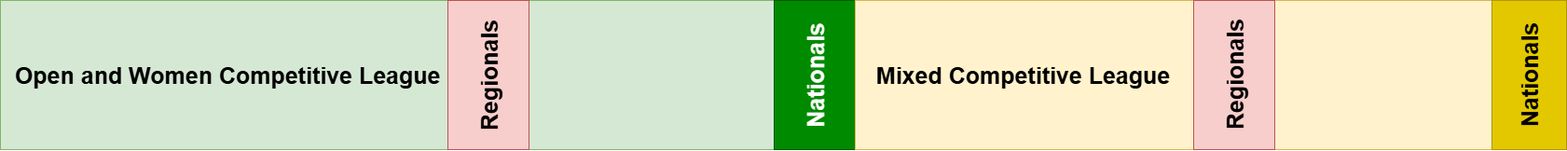
RenierDuminy/Competitive-Frisbee-League keeps this draw.io diagram as assets/images/Competitive Year schedule.png. Above is the earlier version. Source tidied: cells renumbered, new cells last; positions are measured from the earlier drawing's top-left corner, leaving out a move shared by most shapes. Source of this version:
```xml
<mxGraphModel>
  <root>
    <mxCell id="0" />
    <mxCell id="1" parent="0" />
    <mxCell id="2" value="&amp;nbsp; Open and Women Competitive League" style="rounded=0;whiteSpace=wrap;html=1;fontSize=25;fillColor=#d5e8d4;strokeColor=#82b366;fontStyle=1;align=left;" parent="1" vertex="1">
      <mxGeometry width="830" height="160" as="geometry" />
    </mxCell>
    <mxCell id="3" value="Nationals" style="rounded=0;whiteSpace=wrap;html=1;fontSize=25;fillColor=#008a00;strokeColor=#005700;fontColor=#ffffff;fontStyle=1;horizontal=0;" parent="1" vertex="1">
      <mxGeometry x="830" width="87" height="160" as="geometry" />
    </mxCell>
    <mxCell id="4" value="&amp;nbsp; &amp;nbsp;Mixed Competitive League" style="rounded=0;whiteSpace=wrap;html=1;fontSize=25;fillColor=#fff2cc;strokeColor=#d6b656;fontStyle=1;align=left;" parent="1" vertex="1">
      <mxGeometry x="917" width="683" height="160" as="geometry" />
    </mxCell>
    <mxCell id="5" value="Nationals" style="rounded=0;whiteSpace=wrap;html=1;fontSize=25;fillColor=#e3c800;strokeColor=#B09500;fontColor=#000000;fontStyle=1;horizontal=0;" parent="1" vertex="1">
      <mxGeometry x="1600" width="80" height="160" as="geometry" />
    </mxCell>
    <mxCell id="6" value="Regionals" style="rounded=0;whiteSpace=wrap;html=1;fontSize=25;fillColor=#f8cecc;strokeColor=#b85450;fontStyle=1;horizontal=0;" parent="1" vertex="1">
      <mxGeometry x="480" width="87" height="160" as="geometry" />
    </mxCell>
    <mxCell id="7" value="Regionals" style="rounded=0;whiteSpace=wrap;html=1;fontSize=25;fillColor=#f8cecc;strokeColor=#b85450;fontStyle=1;horizontal=0;" parent="1" vertex="1">
      <mxGeometry x="1280" width="87" height="160" as="geometry" />
    </mxCell>
  </root>
</mxGraphModel>
```
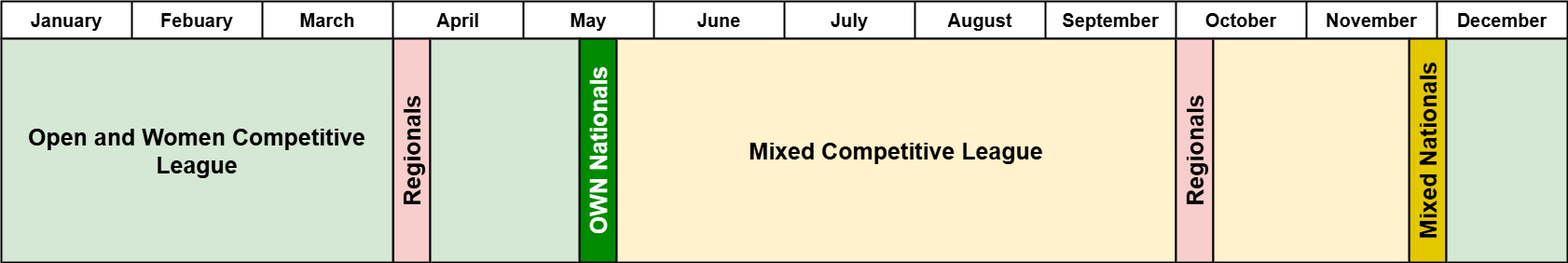
The same file after the commit.

The edit, as a diff of the source:
```diff
@@ -2,23 +2,74 @@
   <root>
     <mxCell id="0" />
     <mxCell id="1" parent="0" />
-    <mxCell id="2" value="&amp;nbsp; Open and Women Competitive League" style="rounded=0;whiteSpace=wrap;html=1;fontSize=25;fillColor=#d5e8d4;strokeColor=#82b366;fontStyle=1;align=left;" parent="1" vertex="1">
-      <mxGeometry width="830" height="160" as="geometry" />
+    <mxCell id="2" style="shape=table;startSize=0;fontSize=16;strokeWidth=2;strokeColor=#000000;" parent="1" vertex="1">
+      <mxGeometry width="1680" height="40" as="geometry" />
     </mxCell>
-    <mxCell id="3" value="Nationals" style="rounded=0;whiteSpace=wrap;html=1;fontSize=25;fillColor=#008a00;strokeColor=#005700;fontColor=#ffffff;fontStyle=1;horizontal=0;" parent="1" vertex="1">
-      <mxGeometry x="830" width="87" height="160" as="geometry" />
+    <mxCell id="3" style="shape=tableRow;horizontal=0;startSize=0;swimlaneHead=0;swimlaneBody=0;strokeColor=#000000;top=0;left=0;bottom=0;right=0;fillColor=none;strokeWidth=2;" parent="2" vertex="1">
+      <mxGeometry width="1680" height="40" as="geometry" />
     </mxCell>
-    <mxCell id="4" value="&amp;nbsp; &amp;nbsp;Mixed Competitive League" style="rounded=0;whiteSpace=wrap;html=1;fontSize=25;fillColor=#fff2cc;strokeColor=#d6b656;fontStyle=1;align=left;" parent="1" vertex="1">
-      <mxGeometry x="917" width="683" height="160" as="geometry" />
+    <mxCell id="4" value="January" style="shape=partialRectangle;html=1;whiteSpace=wrap;strokeColor=#000000;overflow=hidden;fillColor=none;top=0;left=0;bottom=0;right=0;fontSize=20;fontStyle=1;strokeWidth=2;" parent="3" vertex="1">
+      <mxGeometry width="140" height="40" as="geometry" />
     </mxCell>
-    <mxCell id="5" value="Nationals" style="rounded=0;whiteSpace=wrap;html=1;fontSize=25;fillColor=#e3c800;strokeColor=#B09500;fontColor=#000000;fontStyle=1;horizontal=0;" parent="1" vertex="1">
-      <mxGeometry x="1600" width="80" height="160" as="geometry" />
+    <mxCell id="5" value="Febuary" style="shape=partialRectangle;html=1;whiteSpace=wrap;strokeColor=#000000;overflow=hidden;fillColor=none;top=0;left=0;bottom=0;right=0;fontSize=20;fontStyle=1;strokeWidth=2;" parent="3" vertex="1">
+      <mxGeometry x="140" width="140" height="40" as="geometry" />
     </mxCell>
-    <mxCell id="6" value="Regionals" style="rounded=0;whiteSpace=wrap;html=1;fontSize=25;fillColor=#f8cecc;strokeColor=#b85450;fontStyle=1;horizontal=0;" parent="1" vertex="1">
-      <mxGeometry x="480" width="87" height="160" as="geometry" />
+    <mxCell id="6" value="March" style="shape=partialRectangle;html=1;whiteSpace=wrap;strokeColor=#000000;overflow=hidden;fillColor=none;top=0;left=0;bottom=0;right=0;fontSize=20;fontStyle=1;strokeWidth=2;" parent="3" vertex="1">
+      <mxGeometry x="280" width="140" height="40" as="geometry" />
     </mxCell>
-    <mxCell id="7" value="Regionals" style="rounded=0;whiteSpace=wrap;html=1;fontSize=25;fillColor=#f8cecc;strokeColor=#b85450;fontStyle=1;horizontal=0;" parent="1" vertex="1">
-      <mxGeometry x="1280" width="87" height="160" as="geometry" />
+    <mxCell id="7" value="April" style="shape=partialRectangle;html=1;whiteSpace=wrap;strokeColor=#000000;overflow=hidden;fillColor=none;top=0;left=0;bottom=0;right=0;fontSize=20;fontStyle=1;strokeWidth=2;" parent="3" vertex="1">
+      <mxGeometry x="420" width="140" height="40" as="geometry" />
     </mxCell>
+    <mxCell id="8" value="May" style="shape=partialRectangle;html=1;whiteSpace=wrap;strokeColor=#000000;overflow=hidden;fillColor=none;top=0;left=0;bottom=0;right=0;fontSize=20;fontStyle=1;strokeWidth=2;" parent="3" vertex="1">
+      <mxGeometry x="560" width="140" height="40" as="geometry" />
+    </mxCell>
+    <mxCell id="9" value="June" style="shape=partialRectangle;html=1;whiteSpace=wrap;strokeColor=#000000;overflow=hidden;fillColor=none;top=0;left=0;bottom=0;right=0;fontSize=20;fontStyle=1;strokeWidth=2;" parent="3" vertex="1">
+      <mxGeometry x="700" width="140" height="40" as="geometry" />
+    </mxCell>
+    <mxCell id="10" value="July" style="shape=partialRectangle;html=1;whiteSpace=wrap;strokeColor=#000000;overflow=hidden;fillColor=none;top=0;left=0;bottom=0;right=0;fontSize=20;fontStyle=1;strokeWidth=2;" parent="3" vertex="1">
+      <mxGeometry x="840" width="140" height="40" as="geometry" />
+    </mxCell>
+    <mxCell id="11" value="August" style="shape=partialRectangle;html=1;whiteSpace=wrap;strokeColor=#000000;overflow=hidden;fillColor=none;top=0;left=0;bottom=0;right=0;fontSize=20;fontStyle=1;strokeWidth=2;" parent="3" vertex="1">
+      <mxGeometry x="980" width="140" height="40" as="geometry" />
+    </mxCell>
+    <mxCell id="12" value="September" style="shape=partialRectangle;html=1;whiteSpace=wrap;strokeColor=#000000;overflow=hidden;fillColor=none;top=0;left=0;bottom=0;right=0;fontSize=20;fontStyle=1;strokeWidth=2;" parent="3" vertex="1">
+      <mxGeometry x="1120" width="140" height="40" as="geometry" />
+    </mxCell>
+    <mxCell id="13" value="October" style="shape=partialRectangle;html=1;whiteSpace=wrap;strokeColor=#000000;overflow=hidden;fillColor=none;top=0;left=0;bottom=0;right=0;fontSize=20;fontStyle=1;strokeWidth=2;" parent="3" vertex="1">
+      <mxGeometry x="1260" width="140" height="40" as="geometry" />
+    </mxCell>
+    <mxCell id="14" value="November" style="shape=partialRectangle;html=1;whiteSpace=wrap;strokeColor=#000000;overflow=hidden;fillColor=none;top=0;left=0;bottom=0;right=0;fontSize=20;fontStyle=1;strokeWidth=2;" parent="3" vertex="1">
+      <mxGeometry x="1400" width="140" height="40" as="geometry" />
+    </mxCell>
+    <mxCell id="15" value="December" style="shape=partialRectangle;html=1;whiteSpace=wrap;strokeColor=#000000;overflow=hidden;fillColor=none;top=0;left=0;bottom=0;right=0;fontSize=20;fontStyle=1;strokeWidth=2;" parent="3" vertex="1">
+      <mxGeometry x="1540" width="140" height="40" as="geometry" />
+    </mxCell>
+    <mxCell id="16" value="Open and Women Competitive League" style="rounded=0;whiteSpace=wrap;html=1;fontSize=25;fillColor=#d5e8d4;strokeColor=#000000;fontStyle=1;align=center;strokeWidth=2;" parent="1" vertex="1">
+      <mxGeometry y="40" width="420" height="240" as="geometry" />
+    </mxCell>
+    <mxCell id="17" value="OWN Nationals" style="rounded=0;whiteSpace=wrap;html=1;fontSize=25;fillColor=#008a00;strokeColor=#000000;fontColor=#ffffff;fontStyle=1;horizontal=0;strokeWidth=2;" parent="1" vertex="1">
+      <mxGeometry x="620" y="40" width="40" height="240" as="geometry" />
+    </mxCell>
+    <mxCell id="18" value="Mixed Competitive League" style="rounded=0;whiteSpace=wrap;html=1;fontSize=25;fillColor=#fff2cc;strokeColor=#000000;fontStyle=1;align=center;strokeWidth=2;" parent="1" vertex="1">
+      <mxGeometry x="660" y="40" width="600" height="240" as="geometry" />
+    </mxCell>
+    <mxCell id="19" value="Mixed Nationals" style="rounded=0;whiteSpace=wrap;html=1;fontSize=25;fillColor=#e3c800;strokeColor=#000000;fontColor=#000000;fontStyle=1;horizontal=0;strokeWidth=2;" parent="1" vertex="1">
+      <mxGeometry x="1510" y="40" width="40" height="240" as="geometry" />
+    </mxCell>
+    <mxCell id="20" value="Regionals" style="rounded=0;whiteSpace=wrap;html=1;fontSize=25;fillColor=#f8cecc;strokeColor=#000000;fontStyle=1;horizontal=0;strokeWidth=2;" parent="1" vertex="1">
+      <mxGeometry x="420.5" y="40" width="39.5" height="240" as="geometry" />
+    </mxCell>
+    <mxCell id="21" value="Regionals" style="rounded=0;whiteSpace=wrap;html=1;fontSize=25;fillColor=#f8cecc;strokeColor=#000000;fontStyle=1;horizontal=0;strokeWidth=2;" parent="1" vertex="1">
+      <mxGeometry x="1260" y="40" width="40" height="240" as="geometry" />
+    </mxCell>
+    <mxCell id="22" style="rounded=0;whiteSpace=wrap;html=1;fontSize=25;fillColor=#d5e8d4;strokeColor=#000000;fontStyle=1;align=center;strokeWidth=2;" parent="1" vertex="1">
+      <mxGeometry x="460" y="40" width="160" height="240" as="geometry" />
+    </mxCell>
+    <mxCell id="23" style="rounded=0;whiteSpace=wrap;html=1;fontSize=25;fillColor=#d5e8d4;strokeColor=#000000;fontStyle=1;align=center;strokeWidth=2;" parent="1" vertex="1">
+      <mxGeometry x="1550" y="40" width="130" height="240" as="geometry" />
+    </mxCell>
+    <mxCell id="24" style="rounded=0;whiteSpace=wrap;html=1;fontSize=25;fillColor=#fff2cc;strokeColor=#000000;fontStyle=1;align=left;strokeWidth=2;" parent="1" vertex="1">
+      <mxGeometry x="1300" y="40" width="210" height="240" as="geometry" />
+    </mxCell>
   </root>
 </mxGraphModel>
```
